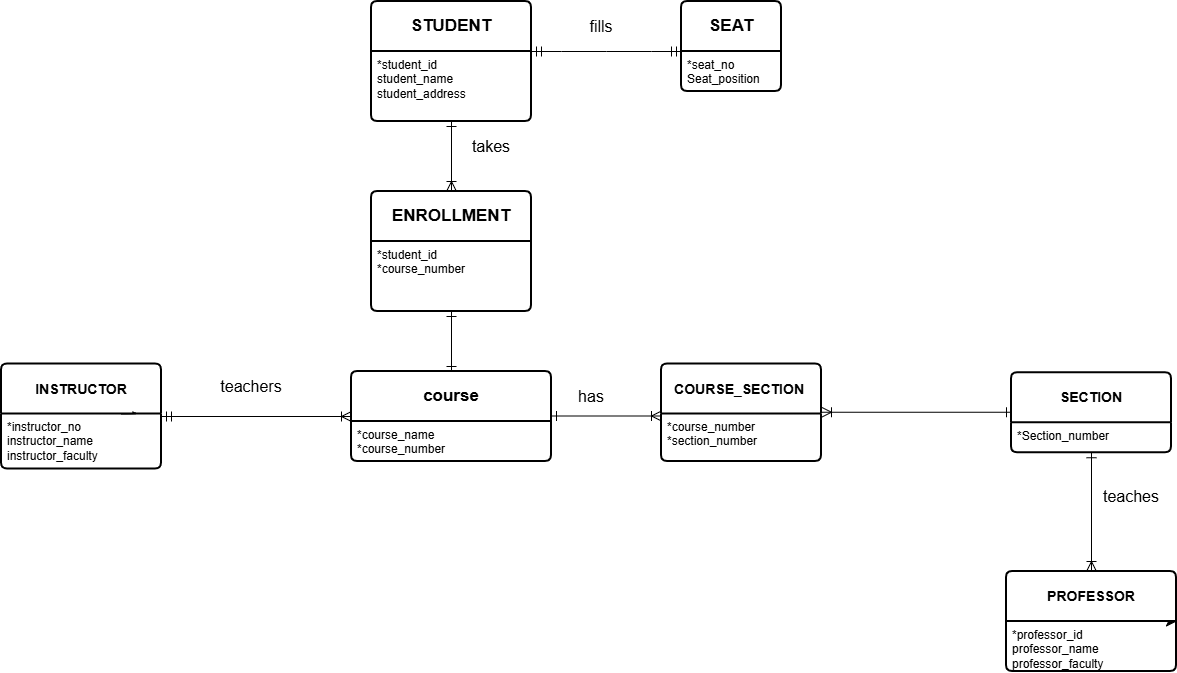
Above: Conceptual_Modeling.drawio.png in LuisCP759/luc_comp251_lab2 (draw.io), before the change. Source tidied: cells renumbered, new cells last; positions are measured from the earlier drawing's top-left corner, leaving out a move shared by most shapes.
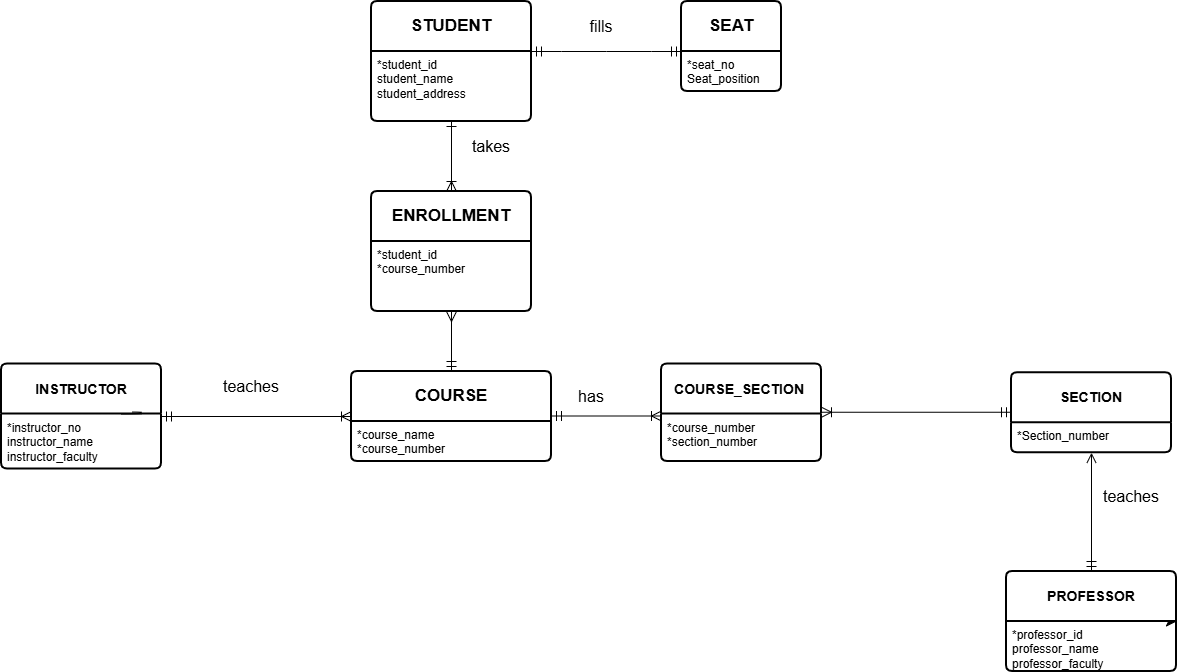
After the commit.

The edit, as a diff of the source:
```diff
@@ -26,7 +26,7 @@
     <mxCell id="8" value="*seat_no&lt;div&gt;Seat_position&lt;/div&gt;" style="align=left;strokeColor=none;fillColor=none;spacingLeft=4;spacingRight=4;fontSize=12;verticalAlign=top;html=1;whiteSpace=wrap;" parent="7" vertex="1">
       <mxGeometry y="50" width="100" height="40" as="geometry" />
     </mxCell>
-    <mxCell id="9" value="&lt;span style=&quot;font-size: 17px;&quot;&gt;&lt;b&gt;course&lt;/b&gt;&lt;/span&gt;" style="swimlane;horizontal=1;startSize=50;rounded=1;fontSize=14;fontStyle=0;strokeWidth=2;shadow=0;dashed=0;align=center;arcSize=4;whiteSpace=wrap;html=1;" parent="1" vertex="1">
+    <mxCell id="9" value="&lt;span style=&quot;font-size: 17px;&quot;&gt;&lt;b&gt;COURSE&lt;/b&gt;&lt;/span&gt;" style="swimlane;horizontal=1;startSize=50;rounded=1;fontSize=14;fontStyle=0;strokeWidth=2;shadow=0;dashed=0;align=center;arcSize=4;whiteSpace=wrap;html=1;" parent="1" vertex="1">
       <mxGeometry x="350" y="370" width="200" height="90" as="geometry" />
     </mxCell>
     <mxCell id="10" value="&lt;div&gt;*course_name&lt;/div&gt;&lt;div&gt;*course_number&lt;/div&gt;&lt;div&gt;&lt;br&gt;&lt;/div&gt;" style="align=left;strokeColor=none;fillColor=none;spacingLeft=4;spacingRight=4;fontSize=12;verticalAlign=top;html=1;whiteSpace=wrap;" parent="9" vertex="1">
@@ -79,10 +79,10 @@
     <mxCell id="24" value="*student_id&amp;nbsp;&lt;div&gt;*course_number&lt;/div&gt;" style="align=left;strokeColor=none;fillColor=none;spacingLeft=4;spacingRight=4;fontSize=12;verticalAlign=top;html=1;whiteSpace=wrap;" parent="23" vertex="1">
       <mxGeometry y="50" width="160" height="70" as="geometry" />
     </mxCell>
-    <mxCell id="25" value="teachers" style="text;html=1;whiteSpace=wrap;strokeColor=none;fillColor=none;align=center;verticalAlign=middle;rounded=0;fontSize=16;" parent="1" vertex="1">
+    <mxCell id="25" value="teaches" style="text;html=1;whiteSpace=wrap;strokeColor=none;fillColor=none;align=center;verticalAlign=middle;rounded=0;fontSize=16;" parent="1" vertex="1">
       <mxGeometry x="220" y="370" width="60" height="30" as="geometry" />
     </mxCell>
-    <mxCell id="26" style="fontSize=12;html=1;endArrow=ERoneToMany;startArrow=ERone;rounded=0;defaultLabelBackgroundColor=page;startSize=8;endSize=8;startFill=0;endFill=0;elbow=vertical;exitX=1;exitY=0.5;exitDx=0;exitDy=0;" parent="1" edge="1">
+    <mxCell id="26" style="fontSize=12;html=1;endArrow=ERoneToMany;startArrow=ERmandOne;rounded=0;defaultLabelBackgroundColor=page;startSize=8;endSize=8;startFill=0;endFill=0;elbow=vertical;exitX=1;exitY=0.5;exitDx=0;exitDy=0;" parent="1" edge="1">
       <mxGeometry x="0.31" relative="1" as="geometry">
         <mxPoint x="550" y="414.5" as="sourcePoint" />
         <mxPoint x="660" y="414.5" as="targetPoint" />
@@ -94,19 +94,19 @@
     <mxCell id="28" value="*course_number&lt;div&gt;*section_number&lt;/div&gt;" style="align=left;strokeColor=none;fillColor=none;spacingLeft=4;spacingRight=4;fontSize=12;verticalAlign=top;html=1;whiteSpace=wrap;" parent="27" vertex="1">
       <mxGeometry y="50" width="160" height="47.5" as="geometry" />
     </mxCell>
-    <mxCell id="29" style="fontSize=12;html=1;endArrow=ERone;startArrow=ERoneToMany;rounded=0;defaultLabelBackgroundColor=page;startSize=8;endSize=8;entryX=0;entryY=0.5;entryDx=0;entryDy=0;startFill=0;endFill=0;elbow=vertical;exitX=1;exitY=0.5;exitDx=0;exitDy=0;" parent="1" edge="1">
+    <mxCell id="29" style="fontSize=12;html=1;endArrow=ERmandOne;startArrow=ERoneToMany;rounded=0;defaultLabelBackgroundColor=page;startSize=8;endSize=8;entryX=0;entryY=0.5;entryDx=0;entryDy=0;startFill=0;endFill=0;elbow=vertical;exitX=1;exitY=0.5;exitDx=0;exitDy=0;" parent="1" edge="1">
       <mxGeometry x="-0.24" relative="1" as="geometry">
         <mxPoint x="820" y="410.8" as="sourcePoint" />
         <mxPoint x="1010" y="410.8" as="targetPoint" />
       </mxGeometry>
     </mxCell>
-    <mxCell id="30" style="fontSize=12;html=1;endArrow=ERone;startArrow=ERoneToMany;rounded=0;defaultLabelBackgroundColor=page;startSize=8;endSize=8;startFill=0;endFill=0;elbow=vertical;entryX=0.5;entryY=1;entryDx=0;entryDy=0;exitX=0.5;exitY=0;exitDx=0;exitDy=0;" parent="1" edge="1" source="16" target="14">
+    <mxCell id="30" style="fontSize=12;html=1;endArrow=open;startArrow=ERmandOne;rounded=0;defaultLabelBackgroundColor=page;startSize=8;endSize=8;startFill=0;endFill=0;elbow=vertical;entryX=0.5;entryY=1;entryDx=0;entryDy=0;exitX=0.5;exitY=0;exitDx=0;exitDy=0;" parent="1" edge="1" source="16" target="14">
       <mxGeometry x="-0.09" relative="1" as="geometry" />
     </mxCell>
     <mxCell id="31" style="fontSize=12;html=1;endArrow=ERoneToMany;startArrow=ERone;rounded=0;defaultLabelBackgroundColor=page;startSize=8;endSize=8;entryX=0.5;entryY=0;entryDx=0;entryDy=0;startFill=0;endFill=0;elbow=vertical;exitX=0.5;exitY=1;exitDx=0;exitDy=0;" parent="1" edge="1" source="4" target="23">
       <mxGeometry x="-0.24" relative="1" as="geometry" />
     </mxCell>
-    <mxCell id="32" style="fontSize=12;html=1;endArrow=ERone;startArrow=ERone;rounded=0;defaultLabelBackgroundColor=page;startSize=8;endSize=8;startFill=0;endFill=0;elbow=vertical;exitX=0.5;exitY=1;exitDx=0;exitDy=0;entryX=0.5;entryY=0;entryDx=0;entryDy=0;" parent="1" edge="1" source="23" target="9">
+    <mxCell id="32" style="fontSize=12;html=1;endArrow=ERmandOne;startArrow=ERmany;rounded=0;defaultLabelBackgroundColor=page;startSize=8;endSize=8;startFill=0;endFill=0;elbow=vertical;exitX=0.5;exitY=1;exitDx=0;exitDy=0;entryX=0.5;entryY=0;entryDx=0;entryDy=0;" parent="1" edge="1" source="23" target="9">
       <mxGeometry x="-0.47" relative="1" as="geometry" />
     </mxCell>
   </root>
```
